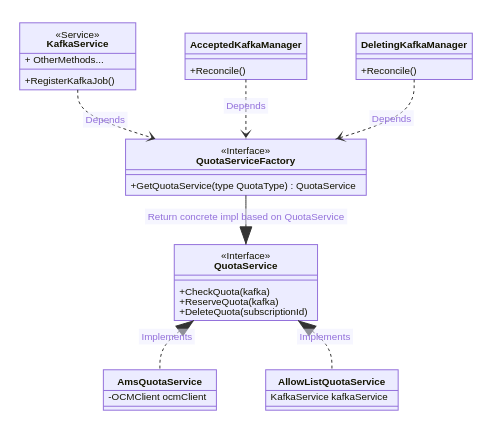
Before: docs/images/quoata-service.png, a diagram exported from Mermaid (bf2fc6cc711aee1a0c2a/kas-fleet-manager). Its source is kept beside it as docs/mermaid-diagrams-source/quoata-service.mmd.
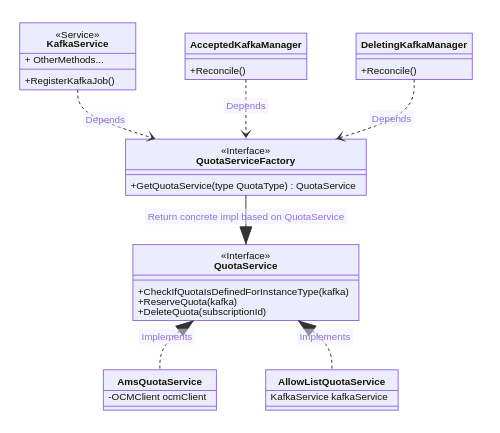
After the commit.

What changed in the source:
```diff
@@ -1,7 +1,7 @@
 classDiagram
   class QuotaService {
       <<Interface>>
-      + CheckQuota(kafka)
+      + CheckIfQuotaIsDefinedForInstanceType(kafka)
       + ReserveQuota(kafka)
       + DeleteQuota(subscriptionId)
   }
@@ -38,4 +38,3 @@
   QuotaServiceFactory --|> QuotaService: Return concrete impl based on QuotaService
   AcceptedKafkaManager ..> QuotaServiceFactory: Depends
   DeletingKafkaManager ..> QuotaServiceFactory: Depends
-
```
